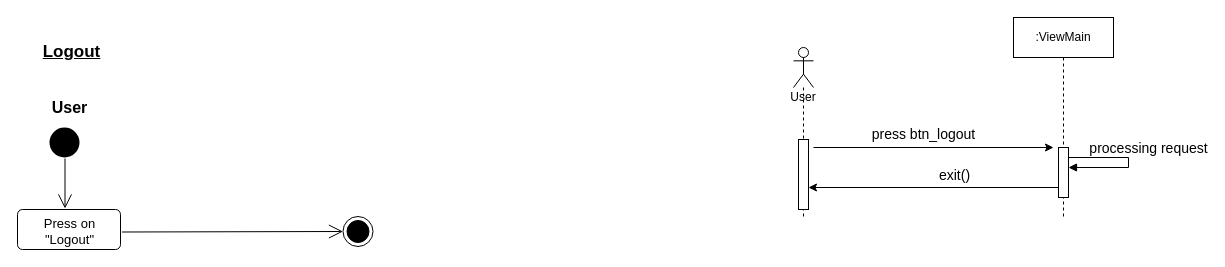
Above: page "logout" (8 of 8) of activity_diagram.drawio in alsousha/projectFinish (draw.io), before the change. Source tidied: cells renumbered, new cells numbered last; positions are measured from the earlier drawing's top-left corner, leaving out a move shared by most shapes. Both pictures are drawn from the tidied source at 100%, with x=0, y=0 at pixel (17, 17).
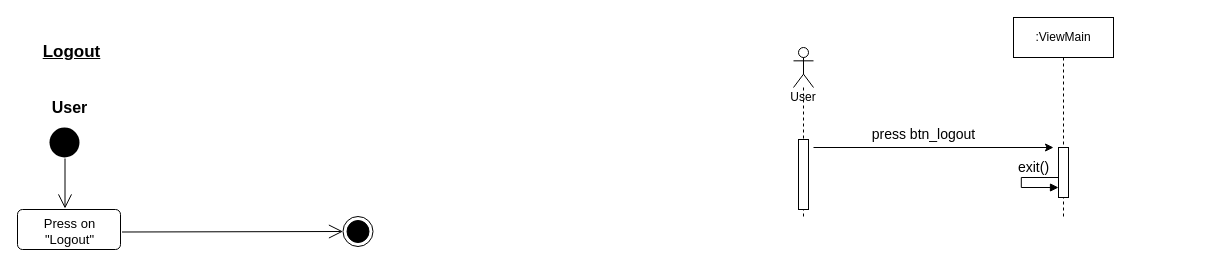
Above is the later version.

Change to the diagram source:
```diff
@@
-    <mxCell id="13" style="endArrow=classic;html=1;" parent="1" edge="1">
-      <mxGeometry relative="1" as="geometry">
-        <mxPoint x="1040.5" y="170" as="sourcePoint" />
-        <mxPoint x="791" y="170" as="targetPoint" />
-      </mxGeometry>
-    </mxCell>
-    <mxCell id="14" value="&lt;font style=&quot;font-size: 14px&quot;&gt;exit()&lt;/font&gt;" style="edgeLabel;html=1;align=center;verticalAlign=middle;" parent="13" vertex="1">
-      <mxGeometry x="-0.38" y="6" relative="1" as="geometry">
-        <mxPoint x="-27.5" y="-19" as="offset" />
-      </mxGeometry>
-    </mxCell>
@@
-    <mxCell id="17" style="edgeStyle=orthogonalEdgeStyle;html=1;align=left;spacingLeft=2;endArrow=block;rounded=0;strokeColor=#000000;" parent="1" edge="1">
-      <mxGeometry x="-0.11" y="66" relative="1" as="geometry">
-        <mxPoint x="1051" y="140" as="sourcePoint" />
-        <mxPoint x="1051" y="150" as="targetPoint" />
-        <Array as="points">
-          <mxPoint x="1111" y="140" />
-          <mxPoint x="1111" y="150" />
-          <mxPoint x="1057" y="150" />
-        </Array>
-        <mxPoint x="-27" y="-53" as="offset" />
-      </mxGeometry>
-    </mxCell>
-    <mxCell id="18" value="&lt;font style=&quot;font-size: 14px&quot;&gt;processing request&lt;/font&gt;" style="edgeLabel;html=1;align=center;verticalAlign=middle;" parent="17" vertex="1">
-      <mxGeometry x="-0.39" y="2" relative="1" as="geometry">
-        <mxPoint x="39.2" y="-8" as="offset" />
-      </mxGeometry>
-    </mxCell>
+    <mxCell id="19" style="edgeStyle=orthogonalEdgeStyle;html=1;align=left;spacingLeft=2;endArrow=block;rounded=0;strokeColor=#000000;" parent="1" edge="1">
+      <mxGeometry x="-0.11" y="66" relative="1" as="geometry">
+        <mxPoint x="1040.5" y="160" as="sourcePoint" />
+        <mxPoint x="1041" y="170" as="targetPoint" />
+        <Array as="points">
+          <mxPoint x="1003.8" y="160" />
+          <mxPoint x="1003.8" y="170" />
+        </Array>
+        <mxPoint x="-27" y="-53" as="offset" />
+      </mxGeometry>
+    </mxCell>
+    <mxCell id="14" value="&lt;span style=&quot;font-size: 14px&quot;&gt;exit()&lt;/span&gt;" style="edgeLabel;html=1;align=center;verticalAlign=middle;" parent="19" vertex="1">
+      <mxGeometry x="-0.32" relative="1" as="geometry">
+        <mxPoint x="4.1" y="-11" as="offset" />
+      </mxGeometry>
+    </mxCell>
```
